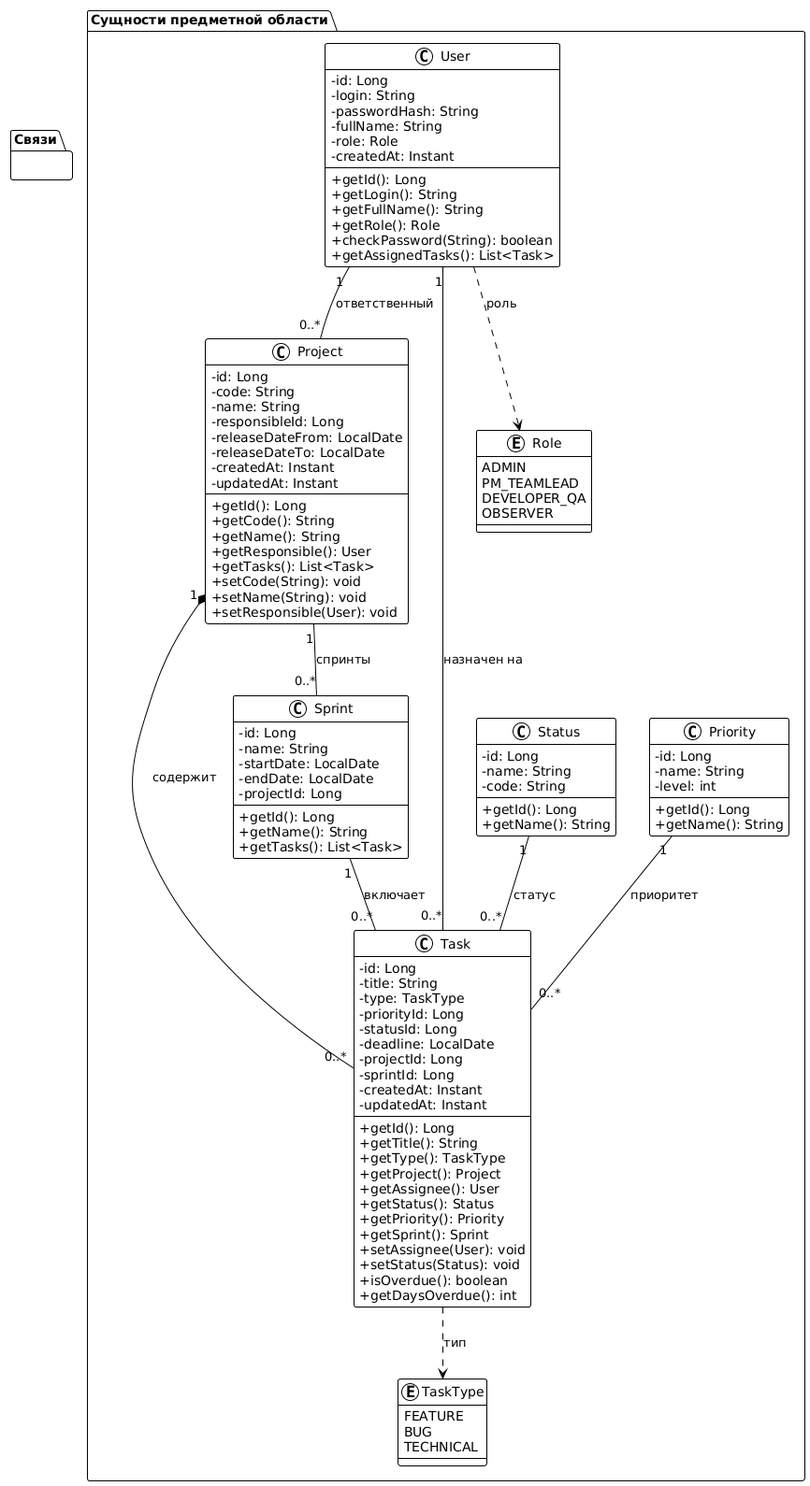
This is architecture/class.png from Zahar-Bratchikov/corporate-information-systems, a PlantUML export, as it was before one commit.
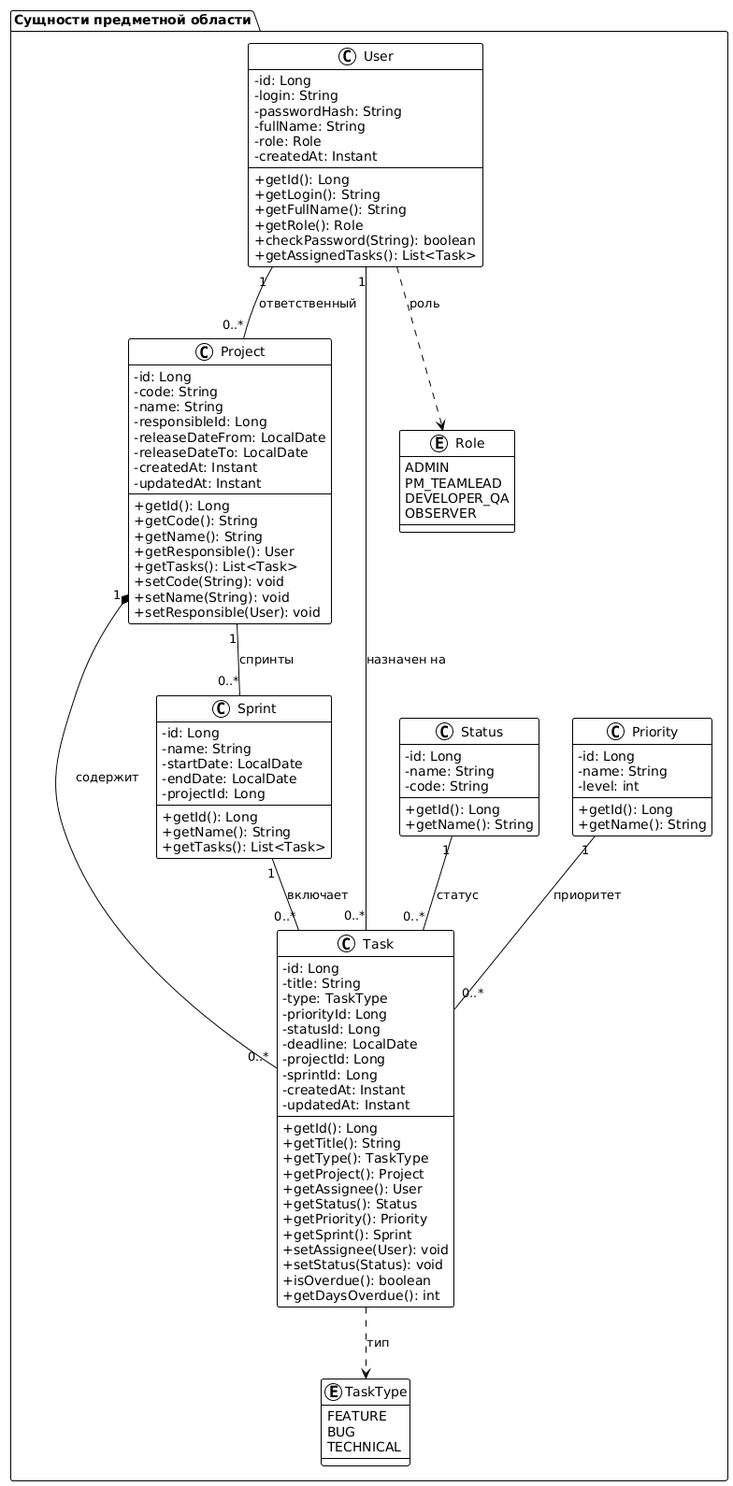
After the change.

Commit message:
Обновлены диаграммы и улучшена структура документации в отчете архитектуры, добавлены пояснения по классам и функциональным требованиям.

What changed in the source:
```diff
@@ -103,7 +103,7 @@
   }
 }
 
-package "Связи" {
+
   Project "1" *-- "0..*" Task : содержит
   User "1" -- "0..*" Task : назначен на
   User "1" -- "0..*" Project : ответственный
```
